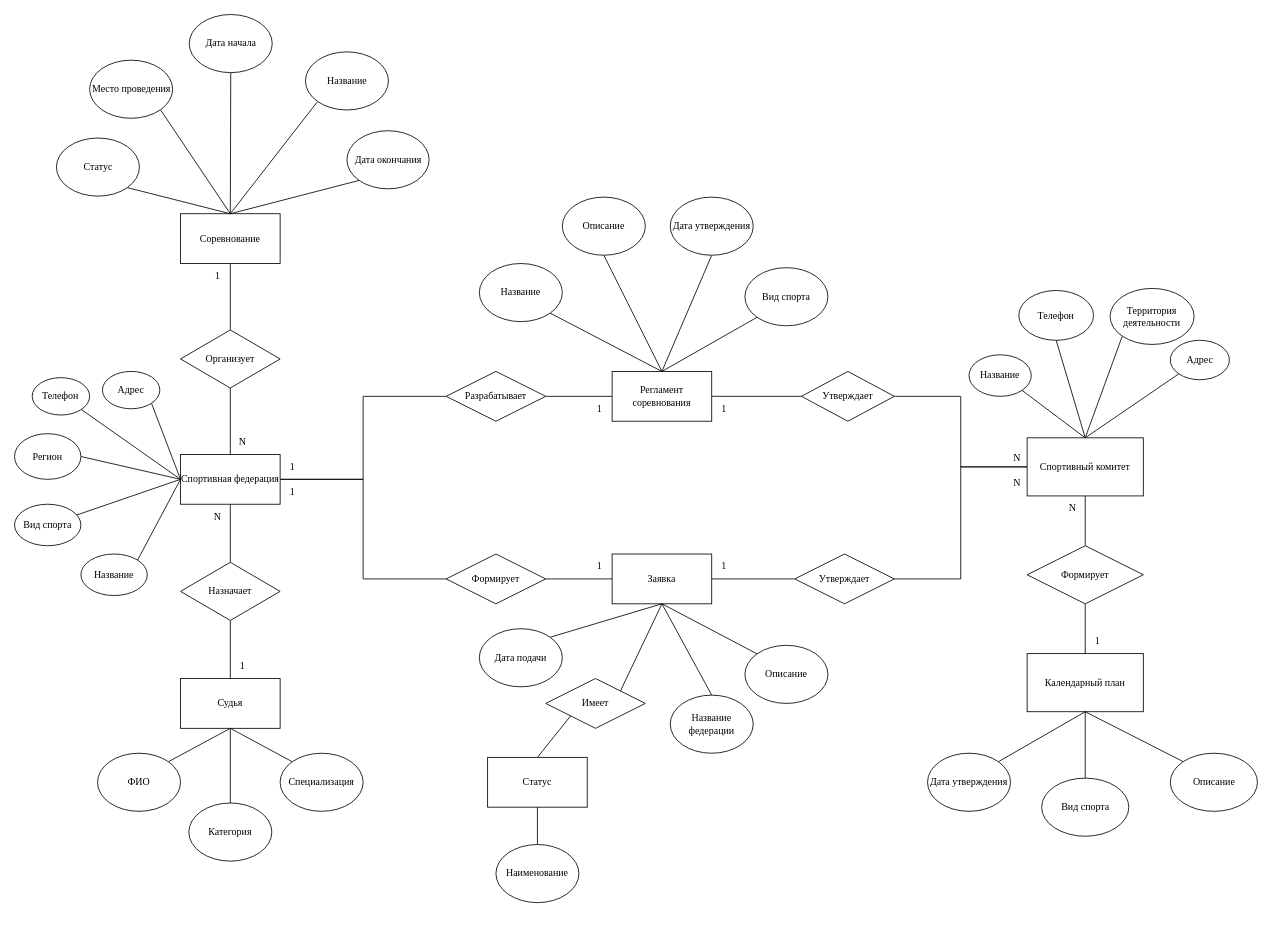
Before: page "Концептуальная" (9 of 11) of Диаграммы ИС «Спортивный комитет».drawio in antonch985/Education, a draw.io diagram. Source tidied: cells renumbered, new cells numbered last; positions are measured from the earlier drawing's top-left corner, leaving out a move shared by most shapes. Both pictures are drawn from the tidied source at 83%, with x=0, y=0 at pixel (14, 14).
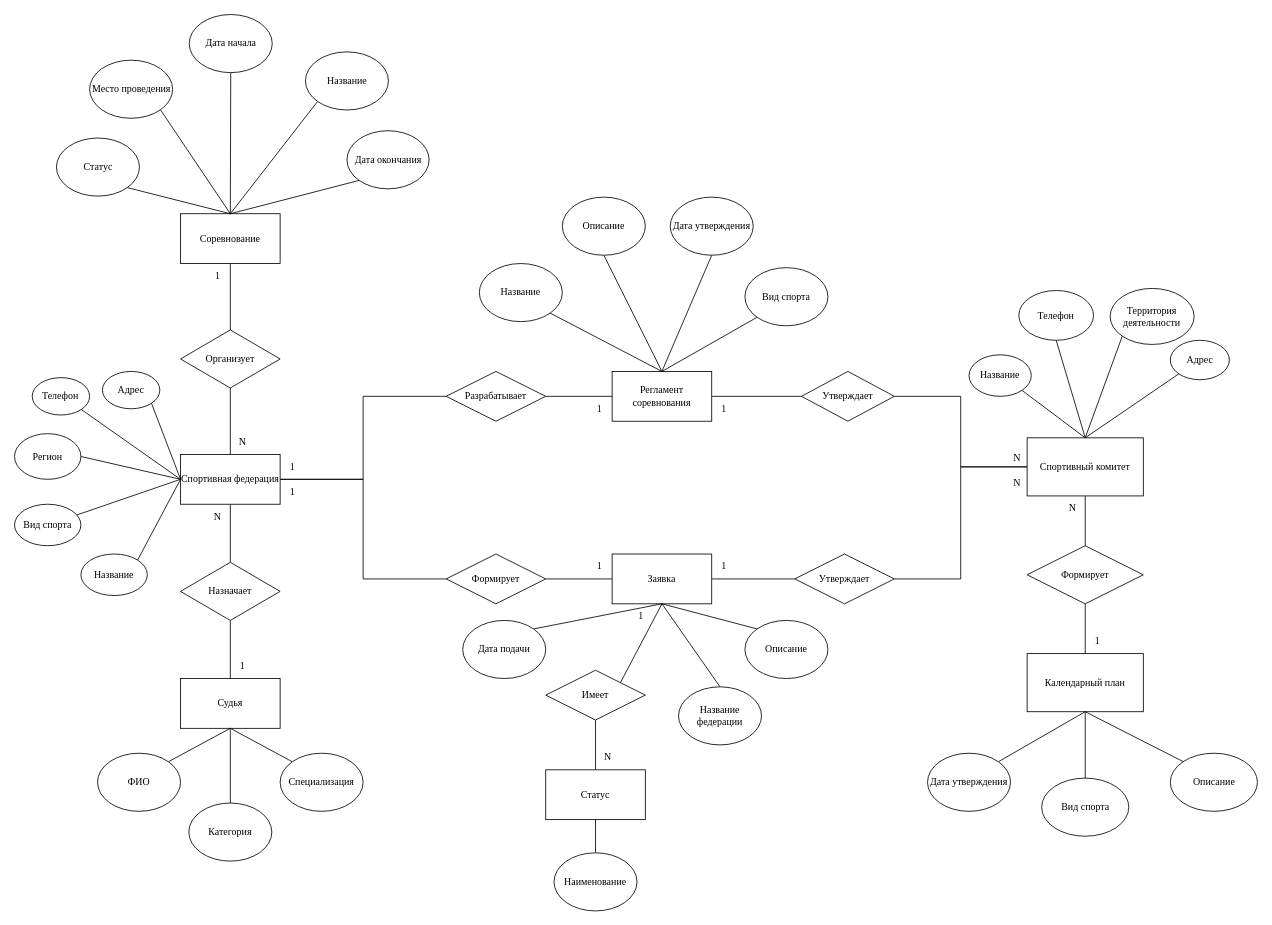
After the change.

Diff of the diagram source:
```diff
@@
     <mxCell id="38" value="Дата подачи" style="ellipse;whiteSpace=wrap;html=1;fontFamily=Times New Roman;" parent="1" vertex="1">
-      <mxGeometry x="560" y="740" width="100" height="70" as="geometry" />
+      <mxGeometry x="540" y="730" width="100" height="70" as="geometry" />
     </mxCell>
@@
     <mxCell id="40" value="Название федерации" style="ellipse;whiteSpace=wrap;html=1;fontFamily=Times New Roman;" parent="1" vertex="1">
-      <mxGeometry x="790" y="820" width="100" height="70" as="geometry" />
+      <mxGeometry x="800" y="810" width="100" height="70" as="geometry" />
     </mxCell>
@@
     <mxCell id="98" value="Описание" style="ellipse;whiteSpace=wrap;html=1;fontFamily=Times New Roman;" parent="1" vertex="1">
-      <mxGeometry x="880" y="760" width="100" height="70" as="geometry" />
+      <mxGeometry x="880" y="730" width="100" height="70" as="geometry" />
     </mxCell>
-    <mxCell id="99" style="rounded=0;jettySize=auto;html=1;exitX=0;exitY=1;exitDx=0;exitDy=0;entryX=0.5;entryY=0;entryDx=0;entryDy=0;endArrow=none;endFill=0;fontFamily=Times New Roman;" parent="1" edge="1" source="100" target="102">
+    <mxCell id="99" style="rounded=0;jettySize=auto;html=1;exitX=0.5;exitY=1;exitDx=0;exitDy=0;entryX=0.5;entryY=0;entryDx=0;entryDy=0;endArrow=none;endFill=0;fontFamily=Times New Roman;" parent="1" edge="1" source="100" target="102">
       <mxGeometry relative="1" as="geometry" />
     </mxCell>
     <mxCell id="100" value="Имеет" style="rhombus;whiteSpace=wrap;html=1;fontFamily=Times New Roman;" parent="1" vertex="1">
-      <mxGeometry x="640" y="800" width="120" height="60" as="geometry" />
+      <mxGeometry x="640" y="790" width="120" height="60" as="geometry" />
     </mxCell>
@@
     <mxCell id="102" value="Статус" style="rounded=0;whiteSpace=wrap;html=1;fontFamily=Times New Roman;" parent="1" vertex="1">
-      <mxGeometry x="570" y="895" width="120" height="60" as="geometry" />
+      <mxGeometry x="640" y="910" width="120" height="60" as="geometry" />
     </mxCell>
     <mxCell id="103" value="Наименование" style="ellipse;whiteSpace=wrap;html=1;fontFamily=Times New Roman;" parent="1" vertex="1">
-      <mxGeometry x="580" y="1000" width="100" height="70" as="geometry" />
+      <mxGeometry x="650" y="1010" width="100" height="70" as="geometry" />
     </mxCell>
+    <mxCell id="104" value="1" style="text;html=1;whiteSpace=wrap;strokeColor=none;fillColor=none;align=center;verticalAlign=middle;rounded=0;fontFamily=Times New Roman;" parent="1" vertex="1">
+      <mxGeometry x="740" y="710" width="30" height="30" as="geometry" />
+    </mxCell>
+    <mxCell id="105" value="N" style="text;html=1;whiteSpace=wrap;strokeColor=none;fillColor=none;align=center;verticalAlign=middle;rounded=0;fontFamily=Times New Roman;" parent="1" vertex="1">
+      <mxGeometry x="700" y="880" width="30" height="30" as="geometry" />
+    </mxCell>
```
